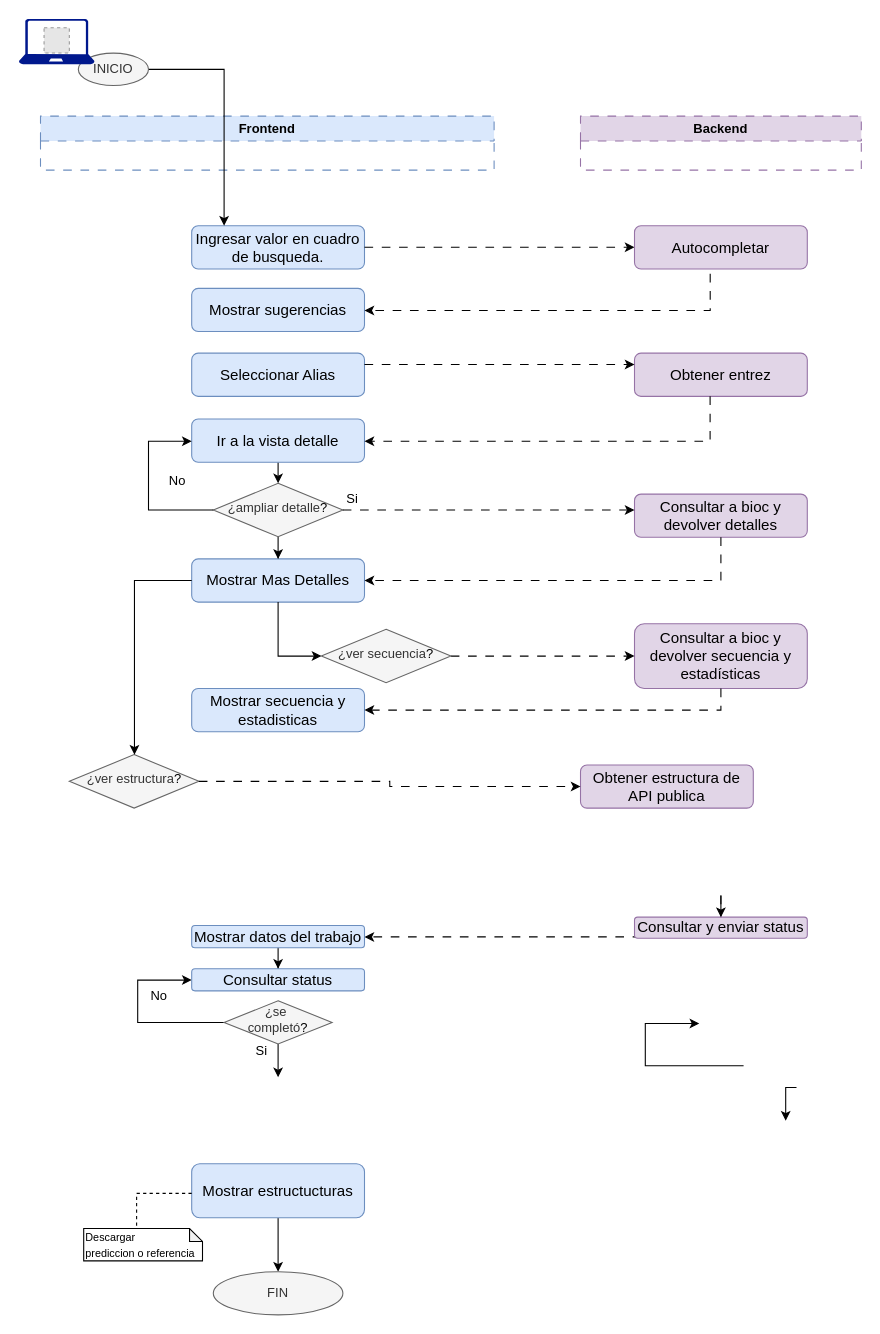
Earlier version of the draw.io diagram page "detalle" (3 of 5) of Diagrama de flujo e ishikawa.drawio (vitamina-d/doc). Source tidied: cells renumbered, new cells numbered last; positions are measured from the earlier drawing's top-left corner, leaving out a move shared by most shapes. Both pictures are drawn from the tidied source at 108%, with x=0, y=0 at pixel (18, 18). Pictures stored in the file or linked from it are replaced by grey dashed boxes.
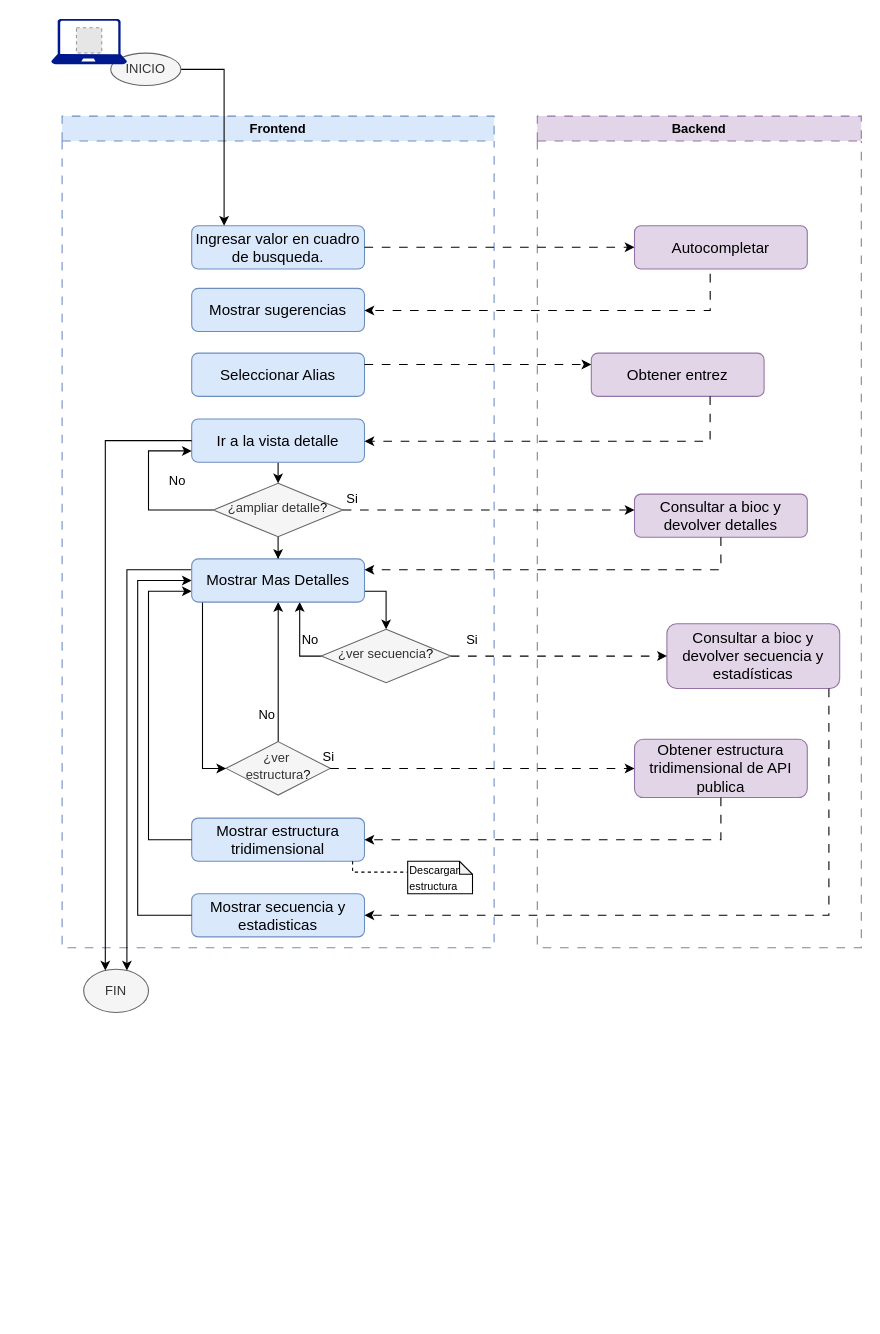
The same diagram, later.

Unchanged cells that the change refers to:
```xml
<mxCell id="34" value="Ir a la vista detalle" style="rounded=1;whiteSpace=wrap;html=1;fontSize=14;glass=0;strokeWidth=1;shadow=0;strokeColor=#6c8ebf;fillColor=#dae8fc;" parent="1" vertex="1">
  <mxGeometry x="160" y="370.5" width="160" height="40" as="geometry" />
</mxCell>
<mxCell id="41" value="Consultar a bioc y devolver detalles" style="rounded=1;whiteSpace=wrap;html=1;fontSize=14;glass=0;strokeWidth=1;shadow=0;fillColor=#e1d5e7;strokeColor=#9673a6;" parent="1" vertex="1">
  <mxGeometry x="570" y="440" width="160" height="40" as="geometry" />
</mxCell>
<mxCell id="49" value="¿ver secuencia&lt;span style=&quot;background-color: transparent; color: light-dark(rgb(0, 0, 0), rgb(255, 255, 255));&quot;&gt;?&lt;/span&gt;" style="rhombus;whiteSpace=wrap;html=1;shadow=0;fontFamily=Helvetica;fontSize=12;align=center;strokeWidth=1;spacing=6;spacingTop=-4;fillColor=#f5f5f5;fontColor=#333333;strokeColor=#666666;" parent="1" vertex="1">
  <mxGeometry x="280" y="565.2" width="120" height="49.5" as="geometry" />
</mxCell>
```

The edit, as a diff of the source:
```diff
@@
     <mxCell id="2" value="Backend" style="swimlane;whiteSpace=wrap;html=1;strokeColor=#9673a6;fillColor=#e1d5e7;dashed=1;dashPattern=8 8;" parent="1" vertex="1">
-      <mxGeometry x="520" y="90" width="260" height="50" as="geometry" />
+      <mxGeometry x="480" y="90" width="300" height="770" as="geometry" />
     </mxCell>
@@
     <mxCell id="4" value="Frontend" style="swimlane;whiteSpace=wrap;html=1;strokeColor=#6c8ebf;fillColor=#dae8fc;dashed=1;dashPattern=8 8;" parent="1" vertex="1">
-      <mxGeometry x="20" y="90" width="420" height="50" as="geometry" />
+      <mxGeometry x="40" y="90" width="400" height="770" as="geometry" />
     </mxCell>
-    <mxCell id="5" value="Mostrar Mas Detalles" style="rounded=1;whiteSpace=wrap;html=1;fontSize=14;glass=0;strokeWidth=1;shadow=0;strokeColor=#6c8ebf;fillColor=#dae8fc;" parent="4" vertex="1">
-      <mxGeometry x="140" y="410" width="160" height="40" as="geometry" />
-    </mxCell>
-    <mxCell id="6" style="edgeStyle=orthogonalEdgeStyle;rounded=0;jettySize=auto;html=1;dashed=1;dashPattern=8 8;" parent="4" edge="1" target="10">
-      <mxGeometry relative="1" as="geometry">
-        <mxPoint x="630" y="721.7" as="sourcePoint" />
-        <Array as="points">
-          <mxPoint x="540" y="760" />
-          <mxPoint x="540" y="760" />
-        </Array>
-      </mxGeometry>
-    </mxCell>
-    <mxCell id="7" style="edgeStyle=orthogonalEdgeStyle;rounded=0;jettySize=auto;html=1;" parent="4" edge="1" source="8" target="17">
-      <mxGeometry relative="1" as="geometry" />
-    </mxCell>
-    <mxCell id="8" value="Mostrar estructucturas" style="rounded=1;whiteSpace=wrap;html=1;fontSize=14;glass=0;strokeWidth=1;shadow=0;strokeColor=#6c8ebf;fillColor=#dae8fc;" parent="4" vertex="1">
-      <mxGeometry x="140" y="970" width="160" height="50" as="geometry" />
-    </mxCell>
-    <mxCell id="9" style="edgeStyle=orthogonalEdgeStyle;rounded=0;jettySize=auto;html=1;exitX=0.5;exitY=1;exitDx=0;exitDy=0;" parent="4" edge="1" source="10" target="14">
-      <mxGeometry relative="1" as="geometry" />
-    </mxCell>
-    <mxCell id="10" value="Mostrar datos del trabajo" style="rounded=1;whiteSpace=wrap;html=1;fontSize=14;glass=0;strokeWidth=1;shadow=0;strokeColor=#6c8ebf;fillColor=#dae8fc;" parent="4" vertex="1">
-      <mxGeometry x="140" y="749.5" width="160" height="20.5" as="geometry" />
-    </mxCell>
-    <mxCell id="11" style="edgeStyle=orthogonalEdgeStyle;rounded=0;jettySize=auto;html=1;" parent="4" edge="1" source="13" target="14">
-      <mxGeometry relative="1" as="geometry">
-        <Array as="points">
-          <mxPoint x="90" y="839" />
-          <mxPoint x="90" y="800" />
-        </Array>
-      </mxGeometry>
-    </mxCell>
-    <mxCell id="12" style="edgeStyle=orthogonalEdgeStyle;rounded=0;jettySize=auto;html=1;" parent="4" edge="1" source="13">
-      <mxGeometry relative="1" as="geometry">
-        <mxPoint x="220" y="890" as="targetPoint" />
-      </mxGeometry>
-    </mxCell>
-    <mxCell id="13" value="¿se&amp;nbsp;&lt;div&gt;completó&lt;span style=&quot;background-color: transparent; color: light-dark(rgb(0, 0, 0), rgb(255, 255, 255));&quot;&gt;?&lt;/span&gt;&lt;/div&gt;" style="rhombus;whiteSpace=wrap;html=1;shadow=0;fontFamily=Helvetica;fontSize=12;align=center;strokeWidth=1;spacing=6;spacingTop=-4;fillColor=#f5f5f5;fontColor=#333333;strokeColor=#666666;" parent="4" vertex="1">
-      <mxGeometry x="170" y="819.2" width="100" height="40" as="geometry" />
-    </mxCell>
-    <mxCell id="14" value="Consultar status" style="rounded=1;whiteSpace=wrap;html=1;fontSize=14;glass=0;strokeWidth=1;shadow=0;strokeColor=#6c8ebf;fillColor=#dae8fc;" parent="4" vertex="1">
-      <mxGeometry x="140" y="789.5" width="160" height="20.5" as="geometry" />
-    </mxCell>
-    <mxCell id="15" value="No" style="text;html=1;whiteSpace=wrap;strokeColor=none;fillColor=none;align=center;verticalAlign=middle;rounded=0;" parent="4" vertex="1">
-      <mxGeometry x="90" y="799.8" width="40" height="30" as="geometry" />
-    </mxCell>
-    <mxCell id="16" value="Si" style="text;html=1;whiteSpace=wrap;strokeColor=none;fillColor=none;align=center;verticalAlign=middle;rounded=0;" parent="4" vertex="1">
-      <mxGeometry x="185" y="851.2" width="40" height="30" as="geometry" />
-    </mxCell>
-    <mxCell id="17" value="FIN" style="ellipse;whiteSpace=wrap;html=1;fillColor=#f5f5f5;fontColor=#333333;strokeColor=#666666;" parent="4" vertex="1">
-      <mxGeometry x="160" y="1070" width="120" height="40" as="geometry" />
-    </mxCell>
-    <mxCell id="18" style="edgeStyle=orthogonalEdgeStyle;rounded=0;jettySize=auto;html=1;dashed=1;endArrow=none;endFill=0;entryX=0;entryY=0;entryDx=49;entryDy=0;entryPerimeter=0;" parent="4" edge="1" target="19">
-      <mxGeometry relative="1" as="geometry">
-        <mxPoint x="140" y="997.5" as="sourcePoint" />
-        <Array as="points">
-          <mxPoint x="89" y="997" />
-        </Array>
-      </mxGeometry>
-    </mxCell>
-    <mxCell id="19" value="&lt;span style=&quot;font-size: 10px;&quot;&gt;Descargar&amp;nbsp;&lt;/span&gt;&lt;div&gt;&lt;span style=&quot;font-size: 10px;&quot;&gt;prediccion o referencia&lt;/span&gt;&lt;/div&gt;" style="shape=note;whiteSpace=wrap;html=1;backgroundOutline=1;darkOpacity=0.05;size=12;align=left;" parent="4" vertex="1">
-      <mxGeometry x="40" y="1030" width="110" height="30" as="geometry" />
-    </mxCell>
-    <mxCell id="20" style="edgeStyle=orthogonalEdgeStyle;rounded=0;jettySize=auto;html=1;exitX=0.5;exitY=1;exitDx=0;exitDy=0;entryX=0.5;entryY=0;entryDx=0;entryDy=0;" parent="4" edge="1" target="21">
-      <mxGeometry relative="1" as="geometry">
-        <mxPoint x="630" y="721.7" as="sourcePoint" />
-      </mxGeometry>
-    </mxCell>
-    <mxCell id="21" value="Consultar y enviar status" style="rounded=1;whiteSpace=wrap;html=1;fontSize=14;glass=0;strokeWidth=1;shadow=0;fillColor=#e1d5e7;strokeColor=#9673a6;" parent="4" vertex="1">
-      <mxGeometry x="550" y="741.7" width="160" height="19.5" as="geometry" />
-    </mxCell>
-    <mxCell id="22" style="edgeStyle=orthogonalEdgeStyle;rounded=0;orthogonalLoop=1;jettySize=auto;html=1;" parent="4" edge="1">
-      <mxGeometry relative="1" as="geometry">
-        <mxPoint x="651" y="879.3" as="sourcePoint" />
-        <mxPoint x="610" y="840.2" as="targetPoint" />
-        <Array as="points">
-          <mxPoint x="560" y="879.2" />
-          <mxPoint x="560" y="840.2" />
-        </Array>
-      </mxGeometry>
-    </mxCell>
-    <mxCell id="23" style="edgeStyle=orthogonalEdgeStyle;rounded=0;orthogonalLoop=1;jettySize=auto;html=1;" parent="4" edge="1">
-      <mxGeometry relative="1" as="geometry">
-        <mxPoint x="700" y="899.5" as="sourcePoint" />
-        <mxPoint x="690" y="930.2" as="targetPoint" />
-      </mxGeometry>
-    </mxCell>
-    <mxCell id="24" style="edgeStyle=orthogonalEdgeStyle;rounded=0;jettySize=auto;html=1;exitX=0.5;exitY=1;exitDx=0;exitDy=0;" parent="4" edge="1" source="25" target="5">
-      <mxGeometry relative="1" as="geometry" />
-    </mxCell>
-    <mxCell id="25" value="¿ampliar detalle&lt;span style=&quot;background-color: transparent; color: light-dark(rgb(0, 0, 0), rgb(255, 255, 255));&quot;&gt;?&lt;/span&gt;" style="rhombus;whiteSpace=wrap;html=1;shadow=0;fontFamily=Helvetica;fontSize=12;align=center;strokeWidth=1;spacing=6;spacingTop=-4;fillColor=#f5f5f5;fontColor=#333333;strokeColor=#666666;" parent="4" vertex="1">
-      <mxGeometry x="160" y="340" width="120" height="49.5" as="geometry" />
-    </mxCell>
-    <mxCell id="26" value="Si" style="text;html=1;whiteSpace=wrap;strokeColor=none;fillColor=none;align=center;verticalAlign=middle;rounded=0;" parent="4" vertex="1">
-      <mxGeometry x="269" y="340" width="40" height="30" as="geometry" />
-    </mxCell>
@@
     <mxCell id="31" value="INICIO" style="ellipse;whiteSpace=wrap;html=1;fillColor=#f5f5f5;fontColor=#333333;strokeColor=#666666;" parent="1" vertex="1">
-      <mxGeometry x="55" y="31.7" width="65" height="30" as="geometry" />
+      <mxGeometry x="85" y="31.7" width="65" height="30" as="geometry" />
     </mxCell>
@@
     <mxCell id="36" style="sketch=0;shadow=0;dashed=0;html=1;strokeColor=none;labelPosition=center;verticalLabelPosition=bottom;verticalAlign=top;align=center;fillColor=#00188D;shape=mxgraph.azure.laptop;" parent="1" vertex="1">
-      <mxGeometry width="70" height="42" as="geometry" />
+      <mxGeometry x="30" width="70" height="42" as="geometry" />
     </mxCell>
     <mxCell id="37" style="fillColor=#E6E6E6;strokeColor=#999999;dashed=1;verticalLabelPosition=bottom;labelBackgroundColor=default;verticalAlign=top;" parent="1" vertex="1">
-      <mxGeometry x="23.3" y="8.2" width="23.4" height="23.4" as="geometry" />
+      <mxGeometry x="53.3" y="8.2" width="23.4" height="23.4" as="geometry" />
     </mxCell>
@@
     <mxCell id="43" style="edgeStyle=orthogonalEdgeStyle;rounded=0;jettySize=auto;html=1;dashed=1;dashPattern=8 8;" parent="1" edge="1" source="41" target="5">
       <mxGeometry relative="1" as="geometry">
         <Array as="points">
-          <mxPoint x="650" y="520" />
+          <mxPoint x="650" y="510" />
         </Array>
       </mxGeometry>
     </mxCell>
     <mxCell id="44" value="Consultar a bioc y devolver secuencia y estadísticas" style="rounded=1;whiteSpace=wrap;html=1;fontSize=14;glass=0;strokeWidth=1;shadow=0;fillColor=#e1d5e7;strokeColor=#9673a6;" parent="1" vertex="1">
-      <mxGeometry x="570" y="560" width="160" height="60" as="geometry" />
+      <mxGeometry x="600" y="560" width="160" height="60" as="geometry" />
     </mxCell>
@@
-    <mxCell id="46" value="Obtener estructura de API publica" style="rounded=1;whiteSpace=wrap;html=1;fontSize=14;glass=0;strokeWidth=1;shadow=0;fillColor=#e1d5e7;strokeColor=#9673a6;" parent="1" vertex="1">
-      <mxGeometry x="520" y="690.8" width="160" height="40" as="geometry" />
+    <mxCell id="46" value="Obtener estructura tridimensional de API publica" style="rounded=1;whiteSpace=wrap;html=1;fontSize=14;glass=0;strokeWidth=1;shadow=0;fillColor=#e1d5e7;strokeColor=#9673a6;" parent="1" vertex="1">
+      <mxGeometry x="570" y="667" width="160" height="54" as="geometry" />
     </mxCell>
+    <mxCell id="56" style="edgeStyle=orthogonalEdgeStyle;rounded=0;jettySize=auto;html=1;" parent="1" edge="1" source="47" target="5">
+      <mxGeometry relative="1" as="geometry">
+        <Array as="points">
+          <mxPoint x="240" y="620" />
+          <mxPoint x="240" y="620" />
+        </Array>
+      </mxGeometry>
+    </mxCell>
-    <mxCell id="47" value="¿ver estructura&lt;span style=&quot;background-color: transparent; color: light-dark(rgb(0, 0, 0), rgb(255, 255, 255));&quot;&gt;?&lt;/span&gt;" style="rhombus;whiteSpace=wrap;html=1;shadow=0;fontFamily=Helvetica;fontSize=12;align=center;strokeWidth=1;spacing=6;spacingTop=-4;fillColor=#f5f5f5;fontColor=#333333;strokeColor=#666666;" parent="1" vertex="1">
-      <mxGeometry x="46.7" y="681.2" width="120" height="49.5" as="geometry" />
+    <mxCell id="47" value="¿ver&amp;nbsp;&lt;div&gt;estructura&lt;span style=&quot;background-color: transparent; color: light-dark(rgb(0, 0, 0), rgb(255, 255, 255));&quot;&gt;?&lt;/span&gt;&lt;/div&gt;" style="rhombus;whiteSpace=wrap;html=1;shadow=0;fontFamily=Helvetica;fontSize=12;align=center;strokeWidth=1;spacing=6;spacingTop=-4;fillColor=#f5f5f5;fontColor=#333333;strokeColor=#666666;" parent="1" vertex="1">
+      <mxGeometry x="191.8" y="669.2" width="96.5" height="49.5" as="geometry" />
     </mxCell>
     <mxCell id="48" style="edgeStyle=orthogonalEdgeStyle;rounded=0;jettySize=auto;html=1;" parent="1" edge="1" source="5" target="47">
       <mxGeometry relative="1" as="geometry">
         <Array as="points">
-          <mxPoint x="107" y="520" />
+          <mxPoint x="170" y="620" />
+          <mxPoint x="170" y="620" />
         </Array>
       </mxGeometry>
     </mxCell>
+    <mxCell id="57" style="edgeStyle=orthogonalEdgeStyle;rounded=0;jettySize=auto;html=1;" parent="1" edge="1" source="49" target="5">
+      <mxGeometry relative="1" as="geometry">
+        <Array as="points">
+          <mxPoint x="260" y="590" />
+        </Array>
+      </mxGeometry>
+    </mxCell>
@@
     <mxCell id="50" style="edgeStyle=orthogonalEdgeStyle;rounded=0;jettySize=auto;html=1;" parent="1" edge="1" source="5" target="49">
       <mxGeometry relative="1" as="geometry">
         <Array as="points">
-          <mxPoint x="240" y="590" />
+          <mxPoint x="340" y="530" />
         </Array>
       </mxGeometry>
     </mxCell>
     <mxCell id="51" style="edgeStyle=orthogonalEdgeStyle;rounded=0;jettySize=auto;html=1;dashed=1;dashPattern=8 8;" parent="1" edge="1" source="47" target="46">
-      <mxGeometry relative="1" as="geometry" />
+      <mxGeometry relative="1" as="geometry">
+        <Array as="points">
+          <mxPoint x="430" y="694" />
+          <mxPoint x="430" y="694" />
+        </Array>
+      </mxGeometry>
     </mxCell>
     <mxCell id="52" value="Mostrar secuencia y estadisticas" style="rounded=1;whiteSpace=wrap;html=1;fontSize=14;glass=0;strokeWidth=1;shadow=0;strokeColor=#6c8ebf;fillColor=#dae8fc;" parent="1" vertex="1">
-      <mxGeometry x="160" y="620" width="160" height="40" as="geometry" />
+      <mxGeometry x="160" y="810" width="160" height="40" as="geometry" />
     </mxCell>
     <mxCell id="53" style="edgeStyle=orthogonalEdgeStyle;rounded=0;jettySize=auto;html=1;dashed=1;dashPattern=8 8;" parent="1" edge="1" source="44" target="52">
       <mxGeometry relative="1" as="geometry">
         <Array as="points">
-          <mxPoint x="650" y="640" />
+          <mxPoint x="750" y="830" />
         </Array>
       </mxGeometry>
     </mxCell>
     <mxCell id="54" style="edgeStyle=orthogonalEdgeStyle;rounded=0;jettySize=auto;html=1;" parent="1" edge="1" source="25" target="34">
       <mxGeometry relative="1" as="geometry">
         <Array as="points">
           <mxPoint x="120" y="455" />
-          <mxPoint x="120" y="391" />
+          <mxPoint x="120" y="400" />
         </Array>
       </mxGeometry>
     </mxCell>
@@
+    <mxCell id="58" value="Si" style="text;html=1;whiteSpace=wrap;strokeColor=none;fillColor=none;align=center;verticalAlign=middle;rounded=0;" parent="1" vertex="1">
+      <mxGeometry x="400" y="560" width="40" height="30" as="geometry" />
+    </mxCell>
+    <mxCell id="59" value="No" style="text;html=1;whiteSpace=wrap;strokeColor=none;fillColor=none;align=center;verticalAlign=middle;rounded=0;" parent="1" vertex="1">
+      <mxGeometry x="250" y="560" width="40" height="30" as="geometry" />
+    </mxCell>
+    <mxCell id="60" value="Si" style="text;html=1;whiteSpace=wrap;strokeColor=none;fillColor=none;align=center;verticalAlign=middle;rounded=0;" parent="1" vertex="1">
+      <mxGeometry x="266.5" y="669.2" width="40" height="30" as="geometry" />
+    </mxCell>
+    <mxCell id="61" value="Mostrar estructura tridimensional" style="rounded=1;whiteSpace=wrap;html=1;fontSize=14;glass=0;strokeWidth=1;shadow=0;strokeColor=#6c8ebf;fillColor=#dae8fc;" parent="1" vertex="1">
+      <mxGeometry x="160" y="740" width="160" height="40" as="geometry" />
+    </mxCell>
+    <mxCell id="62" style="edgeStyle=orthogonalEdgeStyle;rounded=0;jettySize=auto;html=1;dashed=1;dashPattern=8 8;" parent="1" edge="1" source="46" target="61">
+      <mxGeometry relative="1" as="geometry">
+        <Array as="points">
+          <mxPoint x="650" y="760" />
+        </Array>
+      </mxGeometry>
+    </mxCell>
+    <mxCell id="63" value="No" style="text;html=1;whiteSpace=wrap;strokeColor=none;fillColor=none;align=center;verticalAlign=middle;rounded=0;" parent="1" vertex="1">
+      <mxGeometry x="210" y="630" width="40" height="30" as="geometry" />
+    </mxCell>
+    <mxCell id="64" style="edgeStyle=orthogonalEdgeStyle;rounded=0;jettySize=auto;html=1;" parent="1" edge="1" source="61" target="5">
+      <mxGeometry relative="1" as="geometry">
+        <Array as="points">
+          <mxPoint x="120" y="760" />
+          <mxPoint x="120" y="530" />
+        </Array>
+      </mxGeometry>
+    </mxCell>
+    <mxCell id="65" style="edgeStyle=orthogonalEdgeStyle;rounded=0;jettySize=auto;html=1;" parent="1" edge="1" source="52" target="5">
+      <mxGeometry relative="1" as="geometry">
+        <Array as="points">
+          <mxPoint x="110" y="830" />
+          <mxPoint x="110" y="520" />
+        </Array>
+      </mxGeometry>
+    </mxCell>
+    <mxCell id="17" value="FIN" style="ellipse;whiteSpace=wrap;html=1;fillColor=#f5f5f5;fontColor=#333333;strokeColor=#666666;" parent="1" vertex="1">
+      <mxGeometry x="60" y="880" width="60" height="40" as="geometry" />
+    </mxCell>
+    <mxCell id="66" style="edgeStyle=orthogonalEdgeStyle;rounded=0;jettySize=auto;html=1;" parent="1" edge="1" source="5" target="17">
+      <mxGeometry relative="1" as="geometry">
+        <Array as="points">
+          <mxPoint x="100" y="510" />
+        </Array>
+      </mxGeometry>
+    </mxCell>
+    <mxCell id="67" style="edgeStyle=orthogonalEdgeStyle;rounded=0;jettySize=auto;html=1;" parent="1" edge="1" source="34" target="17">
+      <mxGeometry relative="1" as="geometry">
+        <Array as="points">
+          <mxPoint x="80" y="391" />
+        </Array>
+      </mxGeometry>
+    </mxCell>
+    <mxCell id="18" style="edgeStyle=orthogonalEdgeStyle;rounded=0;jettySize=auto;html=1;dashed=1;endArrow=none;endFill=0;" parent="1" edge="1" source="61" target="19">
+      <mxGeometry relative="1" as="geometry">
+        <Array as="points">
+          <mxPoint x="309" y="790" />
+        </Array>
+      </mxGeometry>
+    </mxCell>
+    <mxCell id="19" value="&lt;span style=&quot;font-size: 10px;&quot;&gt;Descargar&amp;nbsp;&lt;/span&gt;&lt;div&gt;&lt;span style=&quot;font-size: 10px;&quot;&gt;estructura&lt;/span&gt;&lt;/div&gt;" style="shape=note;whiteSpace=wrap;html=1;backgroundOutline=1;darkOpacity=0.05;size=12;align=left;" parent="1" vertex="1">
+      <mxGeometry x="360" y="780" width="60" height="30" as="geometry" />
+    </mxCell>
+    <mxCell id="5" value="Mostrar Mas Detalles" style="rounded=1;whiteSpace=wrap;html=1;fontSize=14;glass=0;strokeWidth=1;shadow=0;strokeColor=#6c8ebf;fillColor=#dae8fc;" parent="1" vertex="1">
+      <mxGeometry x="160" y="500" width="160" height="40" as="geometry" />
+    </mxCell>
+    <mxCell id="24" style="edgeStyle=orthogonalEdgeStyle;rounded=0;jettySize=auto;html=1;exitX=0.5;exitY=1;exitDx=0;exitDy=0;" parent="1" edge="1" source="25" target="5">
+      <mxGeometry relative="1" as="geometry" />
+    </mxCell>
+    <mxCell id="25" value="¿ampliar detalle&lt;span style=&quot;background-color: transparent; color: light-dark(rgb(0, 0, 0), rgb(255, 255, 255));&quot;&gt;?&lt;/span&gt;" style="rhombus;whiteSpace=wrap;html=1;shadow=0;fontFamily=Helvetica;fontSize=12;align=center;strokeWidth=1;spacing=6;spacingTop=-4;fillColor=#f5f5f5;fontColor=#333333;strokeColor=#666666;" parent="1" vertex="1">
+      <mxGeometry x="180" y="430" width="120" height="49.5" as="geometry" />
+    </mxCell>
+    <mxCell id="26" value="Si" style="text;html=1;whiteSpace=wrap;strokeColor=none;fillColor=none;align=center;verticalAlign=middle;rounded=0;" parent="1" vertex="1">
+      <mxGeometry x="289" y="430" width="40" height="30" as="geometry" />
+    </mxCell>
```
